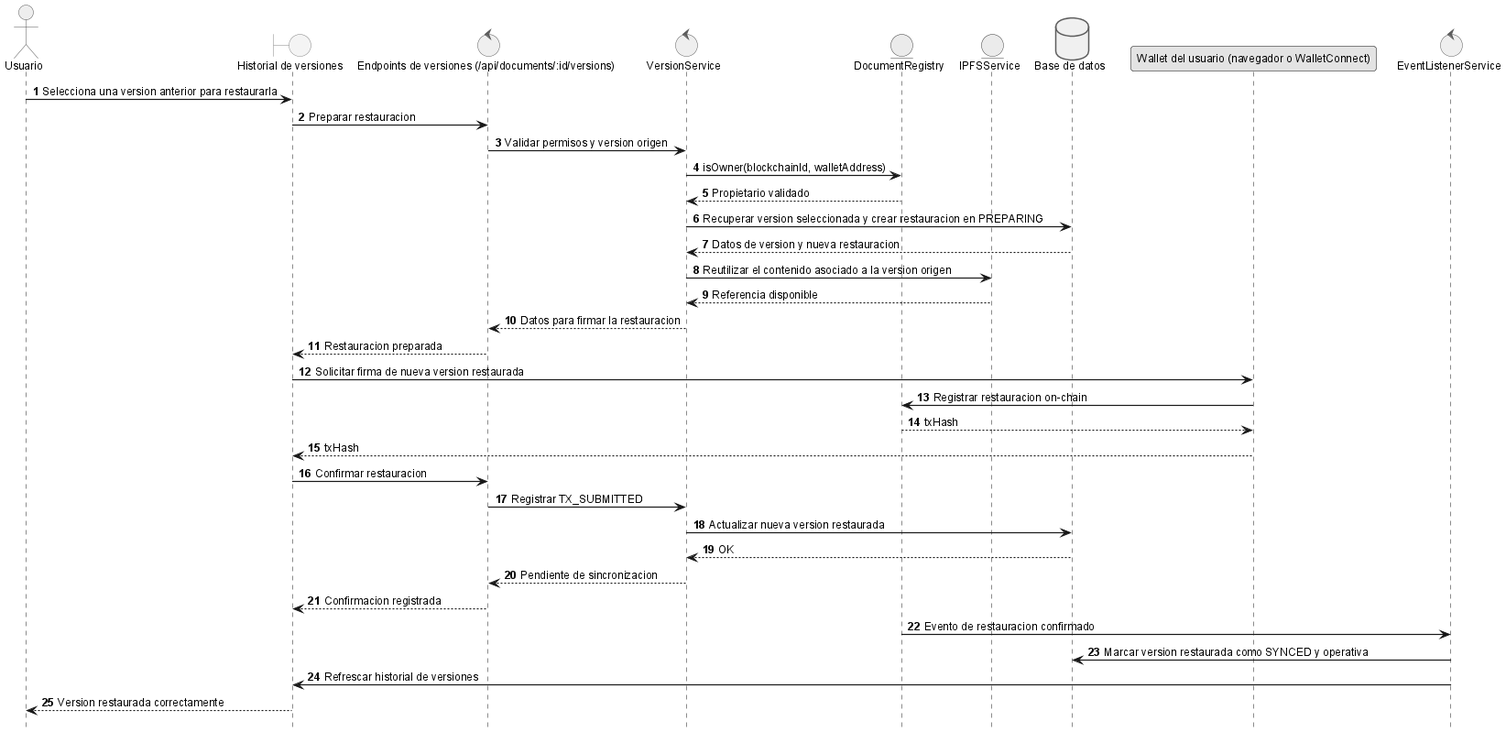
Earlier version of the PlantUML export anexos/diagramas/seq-restore-version.png (ErDeivih/DocumentChain).
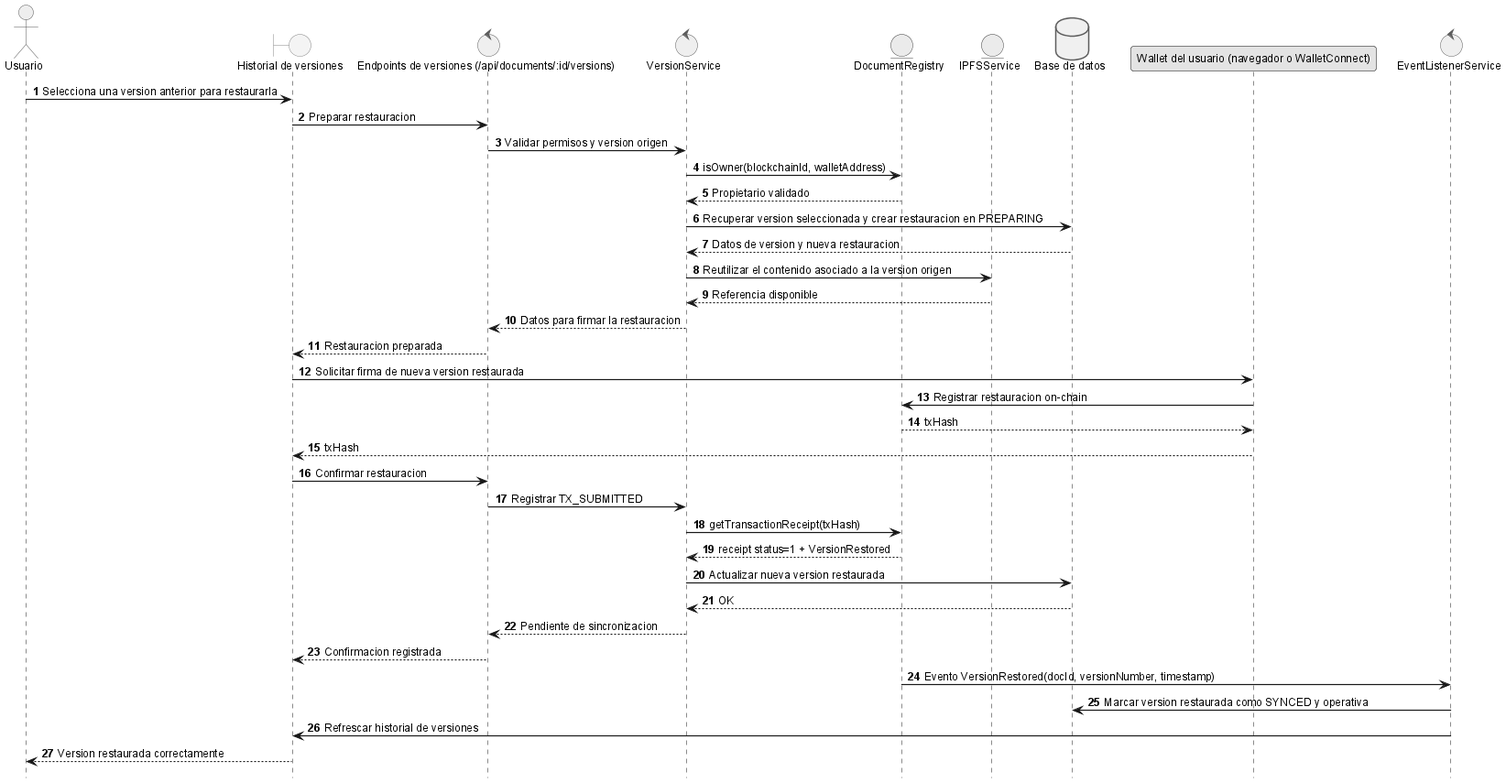
The same diagram one commit later.

Change to the diagram source:
```diff
@@ -29,12 +29,14 @@
 
 ui -> api: Confirmar restauracion
 api -> srv: Registrar TX_SUBMITTED
+srv -> sc: getTransactionReceipt(txHash)
+sc --> srv: receipt status=1 + VersionRestored
 srv -> db: Actualizar nueva version restaurada
 db --> srv: OK
 srv --> api: Pendiente de sincronizacion
 api --> ui: Confirmacion registrada
 
-sc -> listener: Evento de restauracion confirmado
+sc -> listener: Evento VersionRestored(docId, versionNumber, timestamp)
 listener -> db: Marcar version restaurada como SYNCED y operativa
 listener -> ui: Refrescar historial de versiones
 ui --> user: Version restaurada correctamente
```
